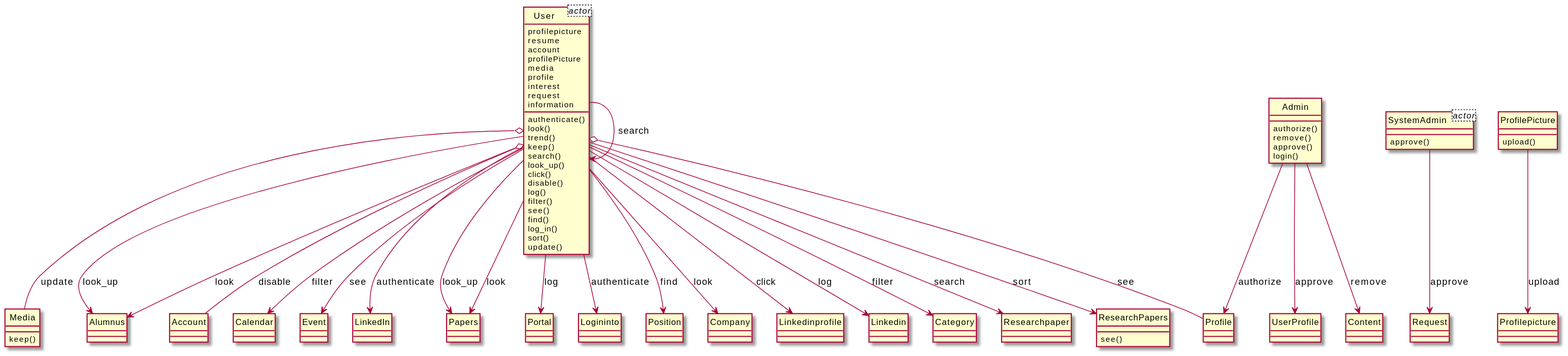
This is output/diagram_5/2019-USC-Project01.svg from xixixhalu/DomainModelExtractor, a PlantUML export, as it was before one commit. The source it was exported from:
```plantuml
@startuml
hide circle
class User<actor> {
	profilepicture
	resume
	account
	profilePicture
	media
	profile
	interest
	request
	information
}
class SystemAdmin<actor> {
}
class User {
	authenticate()
	look()
	trend()
	keep()
	search()
	look_up()
	click()
	disable()
	log()
	filter()
	see()
	find()
	log_in()
	sort()
	update()
}
class Researchpaper {
}
class ResearchPapers {
	see()
}
class Papers {
}
class Media {
	keep()
}
class ProfilePicture {
	upload()
}
class Profilepicture {
}
class Alumnus {
}
class Account {
}
class Calendar {
}
class Admin {
	authorize()
	remove()
	approve()
	login()
}
class UserProfile {
}
class Profile {
}
class Event {
}
class LinkedIn {
}
class Portal {
}
class Content {
}
class SystemAdmin {
	approve()
}
class Request {
}
class Logininto {
}
class Position {
}
class Company {
}
class Linkedinprofile {
}
class Linkedin {
}
class Category {
}
User --> Alumnus : look_up
User --> Papers : look
ProfilePicture --> Profilepicture : upload
User o-- Account : disable
User --> Logininto : authenticate
User --> Calendar : filter
User --> Alumnus : look
User --> User : search
User --> Position : find
Admin --> UserProfile : approve
Admin --> Profile : authorize
User --> Company : look
User o-- Profile : see
User o-- Media : update
User --> Linkedinprofile : click
User --> Event : see
User --> Papers : look_up
User --> Linkedin : log
User --> LinkedIn : authenticate
User --> Category : filter
User --> Portal : log
User --> Researchpaper : search
Admin --> Content : remove
SystemAdmin --> Request : approve
User --> ResearchPapers : sort
@enduml
```
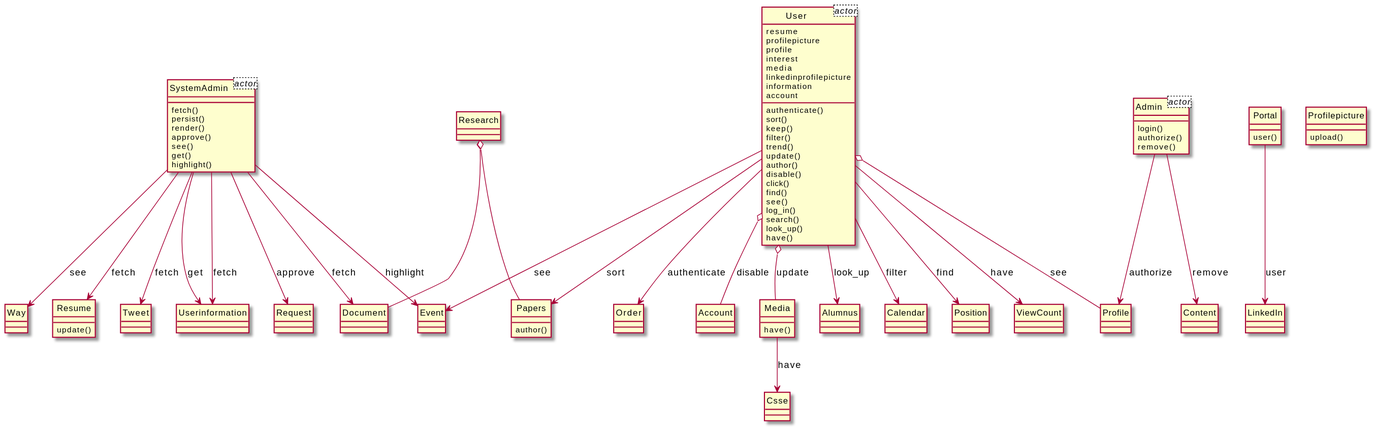
The same file after the commit.

The edit, as a diff of the source:
```diff
@@ -1,114 +1,121 @@
 @startuml
 hide circle
 class User<actor> {
+	resume
 	profilepicture
-	resume
-	account
-	profilePicture
-	media
 	profile
 	interest
-	request
+	media
+	linkedinprofilepicture
 	information
+	account
 }
 class SystemAdmin<actor> {
 }
+class Admin<actor> {
+}
+class Research {
+}
+class Document {
+}
 class User {
 	authenticate()
-	look()
+	sort()
+	keep()
+	filter()
 	trend()
-	keep()
+	update()
+	author()
+	disable()
+	click()
+	find()
+	see()
+	log_in()
 	search()
 	look_up()
-	click()
-	disable()
-	log()
-	filter()
-	see()
-	find()
-	log_in()
-	sort()
-	update()
-}
-class Researchpaper {
-}
-class ResearchPapers {
-	see()
+	have()
 }
 class Papers {
+	author()
+}
+class Portal {
+	user()
+}
+class LinkedIn {
+}
+class Order {
+}
+class Account {
+}
+class SystemAdmin {
+	fetch()
+	persist()
+	render()
+	approve()
+	see()
+	get()
+	highlight()
+}
+class Userinformation {
+}
+class Profile {
 }
 class Media {
-	keep()
-}
-class ProfilePicture {
-	upload()
-}
-class Profilepicture {
+	have()
 }
 class Alumnus {
 }
-class Account {
+class Admin {
+	login()
+	authorize()
+	remove()
+}
+class Request {
+}
+class Way {
 }
 class Calendar {
 }
-class Admin {
-	authorize()
-	remove()
-	approve()
-	login()
+class Resume {
+	update()
 }
-class UserProfile {
+class Content {
 }
-class Profile {
+class Csse {
+}
+class Tweet {
+}
+class Position {
 }
 class Event {
 }
-class LinkedIn {
+class ViewCount {
 }
-class Portal {
+class Profilepicture {
+	upload()
 }
-class Content {
-}
-class SystemAdmin {
-	approve()
-}
-class Request {
-}
-class Logininto {
-}
-class Position {
-}
-class Company {
-}
-class Linkedinprofile {
-}
-class Linkedin {
-}
-class Category {
-}
+User --> Papers : sort
+User --> Order : authenticate
+SystemAdmin --> Userinformation : get
+SystemAdmin --> Userinformation : fetch
+Media --> Csse : have
+User o-- Profile : see
+User o-- Account : disable
+SystemAdmin --> Tweet : fetch
+User o-- Media : update
+User --> Position : find
 User --> Alumnus : look_up
-User --> Papers : look
-ProfilePicture --> Profilepicture : upload
-User o-- Account : disable
-User --> Logininto : authenticate
+Admin --> Profile : authorize
+User --> Event : see
+User --> ViewCount : have
+SystemAdmin --> Request : approve
+SystemAdmin --> Event : highlight
+Research o-- Document
+Research o-- Papers
+SystemAdmin --> Way : see
 User --> Calendar : filter
-User --> Alumnus : look
-User --> User : search
-User --> Position : find
-Admin --> UserProfile : approve
-Admin --> Profile : authorize
-User --> Company : look
-User o-- Profile : see
-User o-- Media : update
-User --> Linkedinprofile : click
-User --> Event : see
-User --> Papers : look_up
-User --> Linkedin : log
-User --> LinkedIn : authenticate
-User --> Category : filter
-User --> Portal : log
-User --> Researchpaper : search
+SystemAdmin --> Resume : fetch
+SystemAdmin --> Document : fetch
+Portal --> LinkedIn : user
 Admin --> Content : remove
-SystemAdmin --> Request : approve
-User --> ResearchPapers : sort
 @enduml
```
